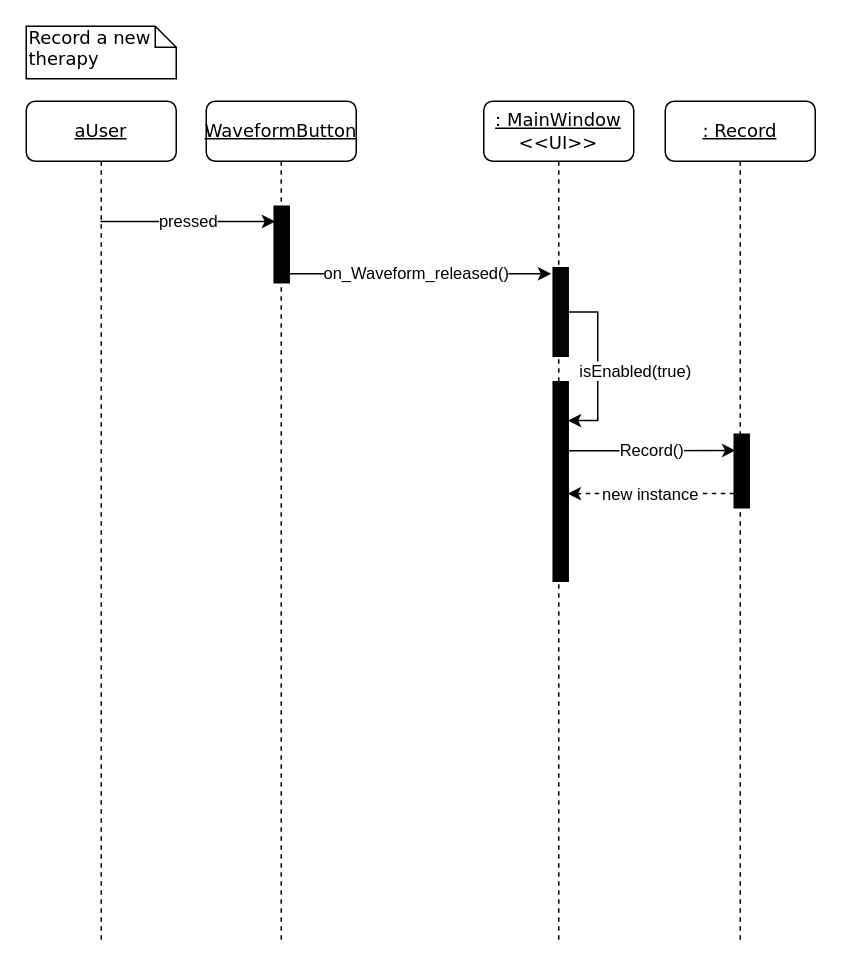
Above: Documentation/record_therapy.drawio in Hall-Andrew/CESDEVICE-3004FinalProject (draw.io), before the change. Source tidied: cells renumbered, new cells numbered last; positions are measured from the earlier drawing's top-left corner, leaving out a move shared by most shapes. Both pictures are drawn from the tidied source at 150%, with x=0, y=0 at pixel (26, 26).
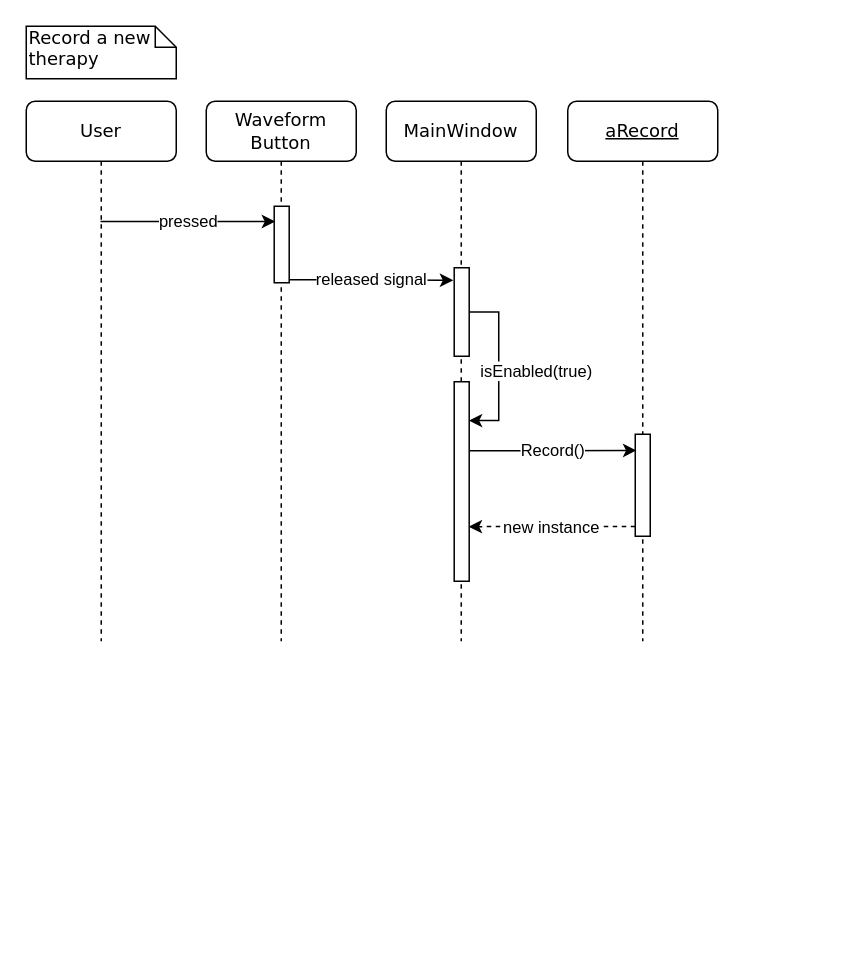
After the change.

Change to the diagram source:
```diff
@@
-    <mxCell id="2" value="&lt;u&gt;: MainWindow&lt;/u&gt;&lt;br&gt;&amp;lt;&amp;lt;UI&amp;gt;&amp;gt;" style="shape=umlLifeline;perimeter=lifelinePerimeter;whiteSpace=wrap;html=1;rounded=1;shadow=0;comic=0;labelBackgroundColor=none;strokeWidth=1;fontFamily=Verdana;fontSize=12;align=center;" parent="1" vertex="1">
-      <mxGeometry x="305" y="50" width="100" height="560" as="geometry" />
+    <mxCell id="2" value="MainWindow" style="shape=umlLifeline;perimeter=lifelinePerimeter;whiteSpace=wrap;html=1;rounded=1;shadow=0;comic=0;labelBackgroundColor=none;strokeWidth=1;fontFamily=Verdana;fontSize=12;align=center;" parent="1" vertex="1">
+      <mxGeometry x="240" y="50" width="100" height="360" as="geometry" />
     </mxCell>
-    <mxCell id="3" value="&lt;u&gt;aUser&lt;/u&gt;" style="shape=umlLifeline;perimeter=lifelinePerimeter;whiteSpace=wrap;html=1;outlineConnect=0;rounded=1;shadow=0;comic=0;labelBackgroundColor=none;strokeWidth=1;fontFamily=Verdana;fontSize=12;align=center;" parent="1" vertex="1">
-      <mxGeometry y="50" width="100" height="560" as="geometry" />
+    <mxCell id="3" value="User" style="shape=umlLifeline;perimeter=lifelinePerimeter;whiteSpace=wrap;html=1;outlineConnect=0;rounded=1;shadow=0;comic=0;labelBackgroundColor=none;strokeWidth=1;fontFamily=Verdana;fontSize=12;align=center;" parent="1" vertex="1">
+      <mxGeometry y="50" width="100" height="360" as="geometry" />
     </mxCell>
@@
-    <mxCell id="5" value="&lt;u&gt;WaveformButton&lt;/u&gt;" style="shape=umlLifeline;perimeter=lifelinePerimeter;whiteSpace=wrap;html=1;rounded=1;shadow=0;comic=0;labelBackgroundColor=none;strokeWidth=1;fontFamily=Verdana;fontSize=12;align=center;" parent="1" vertex="1">
-      <mxGeometry x="120" y="50" width="100" height="560" as="geometry" />
+    <mxCell id="5" value="Waveform Button" style="shape=umlLifeline;perimeter=lifelinePerimeter;whiteSpace=wrap;html=1;rounded=1;shadow=0;comic=0;labelBackgroundColor=none;strokeWidth=1;fontFamily=Verdana;fontSize=12;align=center;" parent="1" vertex="1">
+      <mxGeometry x="120" y="50" width="100" height="360" as="geometry" />
     </mxCell>
     <mxCell id="6" value="isEnabled(true)" style="edgeStyle=orthogonalEdgeStyle;rounded=0;orthogonalLoop=1;jettySize=auto;html=1;entryX=0.967;entryY=0.195;entryDx=0;entryDy=0;entryPerimeter=0;" parent="5" edge="1">
       <mxGeometry x="0.06" y="25" relative="1" as="geometry">
-        <mxPoint x="241.3" y="140.5" as="sourcePoint" />
-        <mxPoint x="241" y="212.9" as="targetPoint" />
+        <mxPoint x="175.3" y="140.5" as="sourcePoint" />
+        <mxPoint x="175" y="212.9" as="targetPoint" />
         <Array as="points">
-          <mxPoint x="261" y="140" />
-          <mxPoint x="261" y="213" />
+          <mxPoint x="195" y="140" />
+          <mxPoint x="195" y="213" />
         </Array>
       </mxGeometry>
     </mxCell>
-    <mxCell id="7" style="html=1;perimeter=orthogonalPerimeter;rounded=0;shadow=0;comic=0;labelBackgroundColor=none;strokeWidth=1;fontFamily=Verdana;fontSize=12;align=center;fillColor=#050505;" parent="5" vertex="1">
-      <mxGeometry x="231.3" y="111" width="10" height="59" as="geometry" />
+    <mxCell id="7" style="html=1;perimeter=orthogonalPerimeter;rounded=0;shadow=0;comic=0;labelBackgroundColor=none;strokeWidth=1;fontFamily=Verdana;fontSize=12;align=center;" parent="5" vertex="1">
+      <mxGeometry x="165.3" y="111" width="10" height="59" as="geometry" />
     </mxCell>
-    <mxCell id="8" style="html=1;points=[];perimeter=orthogonalPerimeter;rounded=0;shadow=0;comic=0;labelBackgroundColor=none;strokeWidth=1;fontFamily=Verdana;fontSize=12;align=center;strokeColor=#000000;fillColor=#030303;" parent="5" vertex="1">
+    <mxCell id="8" style="html=1;points=[];perimeter=orthogonalPerimeter;rounded=0;shadow=0;comic=0;labelBackgroundColor=none;strokeWidth=1;fontFamily=Verdana;fontSize=12;align=center;" parent="5" vertex="1">
       <mxGeometry x="45.3" y="70" width="10" height="51" as="geometry" />
     </mxCell>
+    <mxCell id="16" value="released signal" style="edgeStyle=orthogonalEdgeStyle;rounded=0;orthogonalLoop=1;jettySize=auto;html=1;entryX=-0.06;entryY=0.067;entryDx=0;entryDy=0;entryPerimeter=0;" parent="5" edge="1">
+      <mxGeometry relative="1" as="geometry">
+        <mxPoint x="55.3" y="119" as="sourcePoint" />
+        <mxPoint x="164.7" y="119.4" as="targetPoint" />
+        <Array as="points">
+          <mxPoint x="80.3" y="119" />
+          <mxPoint x="80.3" y="119" />
+        </Array>
+      </mxGeometry>
+    </mxCell>
-    <mxCell id="9" style="html=1;perimeter=orthogonalPerimeter;rounded=0;shadow=0;comic=0;labelBackgroundColor=none;strokeWidth=1;fontFamily=Verdana;fontSize=12;align=center;fillColor=#000000;" parent="5" vertex="1">
-      <mxGeometry x="231.3" y="187" width="10" height="133" as="geometry" />
+    <mxCell id="9" style="html=1;perimeter=orthogonalPerimeter;rounded=0;shadow=0;comic=0;labelBackgroundColor=none;strokeWidth=1;fontFamily=Verdana;fontSize=12;align=center;" parent="5" vertex="1">
+      <mxGeometry x="165.3" y="187" width="10" height="133" as="geometry" />
     </mxCell>
@@
-    <mxCell id="11" value="&lt;u&gt;: Record&lt;/u&gt;" style="shape=umlLifeline;perimeter=lifelinePerimeter;whiteSpace=wrap;html=1;rounded=1;shadow=0;comic=0;labelBackgroundColor=none;strokeWidth=1;fontFamily=Verdana;fontSize=12;align=center;" parent="1" vertex="1">
-      <mxGeometry x="426" y="50" width="100" height="560" as="geometry" />
+    <mxCell id="11" value="&lt;u&gt;aRecord&lt;/u&gt;" style="shape=umlLifeline;perimeter=lifelinePerimeter;whiteSpace=wrap;html=1;rounded=1;shadow=0;comic=0;labelBackgroundColor=none;strokeWidth=1;fontFamily=Verdana;fontSize=12;align=center;" parent="1" vertex="1">
+      <mxGeometry x="361" y="50" width="100" height="360" as="geometry" />
     </mxCell>
-    <mxCell id="12" style="html=1;perimeter=orthogonalPerimeter;rounded=0;shadow=0;comic=0;labelBackgroundColor=none;strokeWidth=1;fontFamily=Verdana;fontSize=12;align=center;fillColor=#000000;" parent="11" vertex="1">
-      <mxGeometry x="46" y="222" width="10" height="49" as="geometry" />
+    <mxCell id="12" style="html=1;perimeter=orthogonalPerimeter;rounded=0;shadow=0;comic=0;labelBackgroundColor=none;strokeWidth=1;fontFamily=Verdana;fontSize=12;align=center;" parent="11" vertex="1">
+      <mxGeometry x="45" y="222" width="10" height="68" as="geometry" />
     </mxCell>
     <mxCell id="13" value="Record()" style="edgeStyle=orthogonalEdgeStyle;rounded=0;orthogonalLoop=1;jettySize=auto;html=1;entryX=0.08;entryY=0.27;entryDx=0;entryDy=0;entryPerimeter=0;" parent="1" edge="1">
       <mxGeometry relative="1" as="geometry">
-        <mxPoint x="361.3" y="283" as="sourcePoint" />
-        <mxPoint x="472.8" y="282.8" as="targetPoint" />
+        <mxPoint x="295.3" y="283" as="sourcePoint" />
+        <mxPoint x="406.8" y="282.8" as="targetPoint" />
         <Array as="points">
-          <mxPoint x="406" y="283" />
-          <mxPoint x="406" y="283" />
+          <mxPoint x="340" y="283" />
+          <mxPoint x="340" y="283" />
         </Array>
       </mxGeometry>
     </mxCell>
     <mxCell id="14" value="new instance" style="edgeStyle=orthogonalEdgeStyle;rounded=0;orthogonalLoop=1;jettySize=auto;html=1;entryX=0.956;entryY=0.249;entryDx=0;entryDy=0;entryPerimeter=0;dashed=1;" parent="1" edge="1">
       <mxGeometry relative="1" as="geometry">
-        <mxPoint x="472" y="311.5" as="sourcePoint" />
-        <mxPoint x="360.9" y="311.6" as="targetPoint" />
+        <mxPoint x="406" y="333.5" as="sourcePoint" />
+        <mxPoint x="294.9" y="333.6" as="targetPoint" />
         <Array as="points">
-          <mxPoint x="416" y="312" />
-          <mxPoint x="361" y="312" />
+          <mxPoint x="350" y="334" />
+          <mxPoint x="295" y="334" />
         </Array>
       </mxGeometry>
     </mxCell>
-    <mxCell id="15" value="on_Waveform_released()" style="endArrow=classic;html=1;rounded=0;exitX=0.967;exitY=0.882;exitDx=0;exitDy=0;exitPerimeter=0;" parent="1" edge="1" source="8">
-      <mxGeometry x="-0.03" relative="1" as="geometry">
-        <mxPoint x="350" y="165" as="targetPoint" />
-      </mxGeometry>
-    </mxCell>
```
